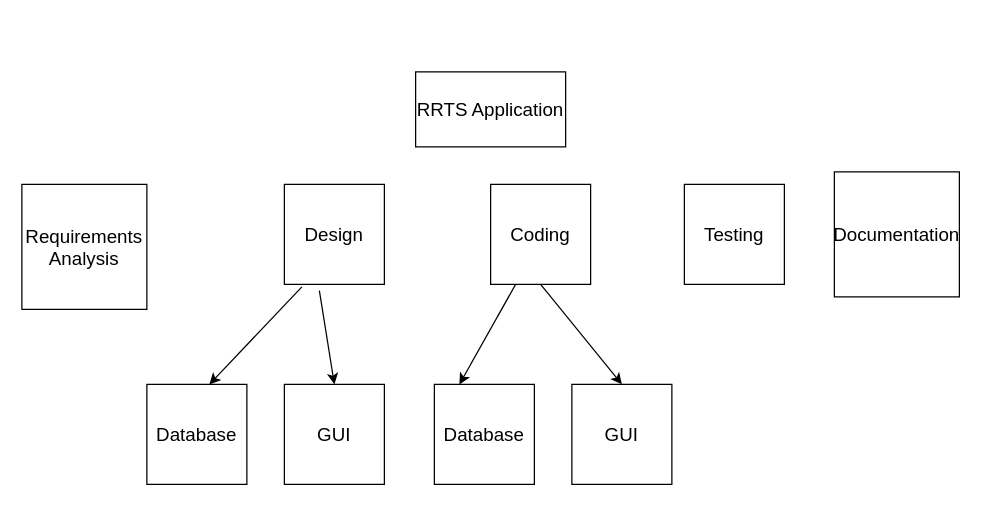
The draw.io diagram diagrams/breakdown.drawio in O-alpha/SE-LAB, before the edit. Source tidied: cells renumbered, new cells numbered last; positions are measured from the earlier drawing's top-left corner, leaving out a move shared by most shapes. Both pictures are drawn from the tidied source at 125%, with x=0, y=0 at pixel (21, 71).
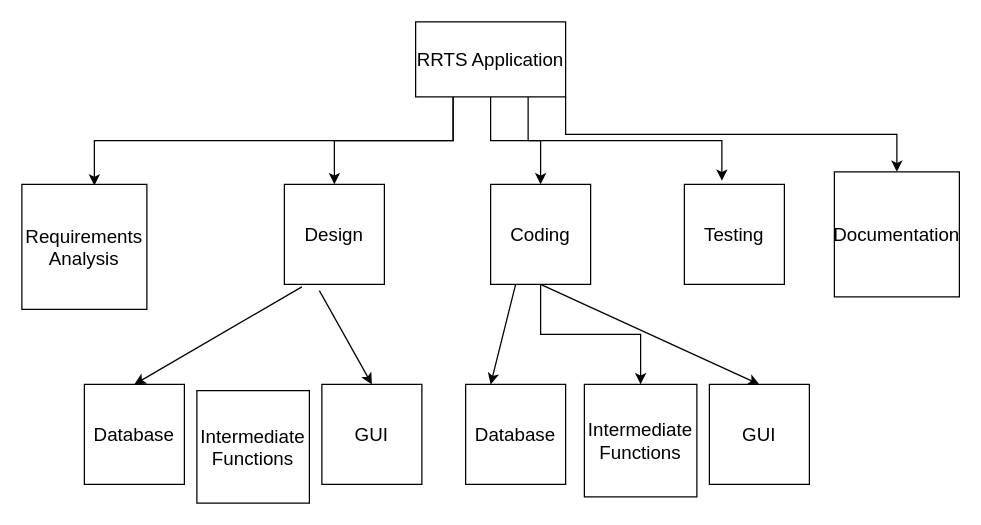
After the change.

Unchanged cells that the change refers to:
```xml
<mxCell id="3" value="&lt;div&gt;Requirements &lt;br&gt;&lt;/div&gt;&lt;div&gt;Analysis&lt;br&gt;&lt;/div&gt;" style="whiteSpace=wrap;html=1;fontSize=15;" parent="1" vertex="1">
  <mxGeometry y="90" width="100" height="100" as="geometry" />
</mxCell>
<mxCell id="4" value="Design" style="whiteSpace=wrap;html=1;fontSize=15;" parent="1" vertex="1">
  <mxGeometry x="210" y="90" width="80" height="80" as="geometry" />
</mxCell>
<mxCell id="5" value="Coding" style="whiteSpace=wrap;html=1;fontSize=15;" parent="1" vertex="1">
  <mxGeometry x="375" y="90" width="80" height="80" as="geometry" />
</mxCell>
<mxCell id="6" value="Testing" style="whiteSpace=wrap;html=1;fontSize=15;" parent="1" vertex="1">
  <mxGeometry x="530" y="90" width="80" height="80" as="geometry" />
</mxCell>
<mxCell id="7" value="Documentation" style="whiteSpace=wrap;html=1;fontSize=15;" parent="1" vertex="1">
  <mxGeometry x="650" y="80" width="100" height="100" as="geometry" />
</mxCell>
```

Change to the diagram source:
```diff
@@
+    <mxCell id="16" style="edgeStyle=orthogonalEdgeStyle;rounded=0;jettySize=auto;html=1;exitX=0.25;exitY=1;exitDx=0;exitDy=0;fontSize=15;entryX=0.58;entryY=0.01;entryDx=0;entryDy=0;entryPerimeter=0;" parent="1" edge="1" source="2" target="3">
+      <mxGeometry relative="1" as="geometry" />
+    </mxCell>
+    <mxCell id="17" style="edgeStyle=orthogonalEdgeStyle;rounded=0;jettySize=auto;html=1;exitX=0.25;exitY=1;exitDx=0;exitDy=0;entryX=0.5;entryY=0;entryDx=0;entryDy=0;fontSize=15;" parent="1" edge="1" source="2" target="4">
+      <mxGeometry relative="1" as="geometry" />
+    </mxCell>
+    <mxCell id="18" style="edgeStyle=orthogonalEdgeStyle;rounded=0;jettySize=auto;html=1;fontSize=15;" parent="1" edge="1" source="2" target="5">
+      <mxGeometry relative="1" as="geometry" />
+    </mxCell>
+    <mxCell id="19" style="edgeStyle=orthogonalEdgeStyle;rounded=0;jettySize=auto;html=1;exitX=0.75;exitY=1;exitDx=0;exitDy=0;entryX=0.375;entryY=-0.037;entryDx=0;entryDy=0;entryPerimeter=0;fontSize=15;" parent="1" edge="1" source="2" target="6">
+      <mxGeometry relative="1" as="geometry" />
+    </mxCell>
+    <mxCell id="20" style="edgeStyle=orthogonalEdgeStyle;rounded=0;jettySize=auto;html=1;exitX=1;exitY=1;exitDx=0;exitDy=0;entryX=0.5;entryY=0;entryDx=0;entryDy=0;fontSize=15;" parent="1" edge="1" source="2" target="7">
+      <mxGeometry relative="1" as="geometry" />
+    </mxCell>
     <mxCell id="2" value="&lt;font style=&quot;font-size: 15px;&quot;&gt;RRTS Application&lt;/font&gt;" style="rounded=0;whiteSpace=wrap;html=1;" parent="1" vertex="1">
-      <mxGeometry x="315" width="120" height="60" as="geometry" />
+      <mxGeometry x="315" y="-40" width="120" height="60" as="geometry" />
     </mxCell>
@@
     <mxCell id="8" value="Database" style="whiteSpace=wrap;html=1;fontSize=15;" parent="1" vertex="1">
-      <mxGeometry x="100" y="250" width="80" height="80" as="geometry" />
+      <mxGeometry x="50" y="250" width="80" height="80" as="geometry" />
     </mxCell>
     <mxCell id="9" value="Database" style="whiteSpace=wrap;html=1;fontSize=15;" parent="1" vertex="1">
-      <mxGeometry x="330" y="250" width="80" height="80" as="geometry" />
+      <mxGeometry x="355" y="250" width="80" height="80" as="geometry" />
     </mxCell>
     <mxCell id="10" value="GUI" style="whiteSpace=wrap;html=1;fontSize=15;" parent="1" vertex="1">
-      <mxGeometry x="210" y="250" width="80" height="80" as="geometry" />
+      <mxGeometry x="240" y="250" width="80" height="80" as="geometry" />
     </mxCell>
     <mxCell id="11" value="GUI" style="whiteSpace=wrap;html=1;fontSize=15;" parent="1" vertex="1">
-      <mxGeometry x="440" y="250" width="80" height="80" as="geometry" />
+      <mxGeometry x="550" y="250" width="80" height="80" as="geometry" />
     </mxCell>
-    <mxCell id="12" style="endArrow=classic;html=1;rounded=0;fontSize=15;entryX=0.175;entryY=1.025;entryDx=0;entryDy=0;entryPerimeter=0;exitX=0.175;exitY=1.025;exitDx=0;exitDy=0;exitPerimeter=0;" parent="1" edge="1" source="4">
-      <mxGeometry relative="1" as="geometry">
-        <mxPoint x="150" y="250" as="targetPoint" />
-      </mxGeometry>
+    <mxCell id="12" style="endArrow=classic;html=1;rounded=0;fontSize=15;entryX=0.5;entryY=0;entryDx=0;entryDy=0;exitX=0.175;exitY=1.025;exitDx=0;exitDy=0;exitPerimeter=0;" parent="1" edge="1" source="4" target="8">
+      <mxGeometry relative="1" as="geometry" />
     </mxCell>
-    <mxCell id="13" style="endArrow=classic;html=1;rounded=0;fontSize=15;exitX=0.35;exitY=1.063;exitDx=0;exitDy=0;exitPerimeter=0;" parent="1" edge="1" source="4">
-      <mxGeometry relative="1" as="geometry">
-        <mxPoint x="250" y="250" as="targetPoint" />
-      </mxGeometry>
+    <mxCell id="13" style="endArrow=classic;html=1;rounded=0;fontSize=15;exitX=0.35;exitY=1.063;exitDx=0;exitDy=0;exitPerimeter=0;entryX=0.5;entryY=0;entryDx=0;entryDy=0;" parent="1" edge="1" source="4" target="10">
+      <mxGeometry relative="1" as="geometry" />
     </mxCell>
@@
+    <mxCell id="21" style="edgeStyle=orthogonalEdgeStyle;rounded=0;jettySize=auto;html=1;fontSize=15;entryX=0.5;entryY=0;entryDx=0;entryDy=0;" parent="1" edge="1" source="5" target="22">
+      <mxGeometry relative="1" as="geometry" />
+    </mxCell>
+    <mxCell id="22" value="&lt;font style=&quot;font-size: 15px;&quot;&gt;Intermediate&lt;br&gt;Functions&lt;/font&gt;" style="whiteSpace=wrap;html=1;" parent="1" vertex="1">
+      <mxGeometry x="450" y="250" width="90" height="90" as="geometry" />
+    </mxCell>
+    <mxCell id="23" value="Intermediate&lt;br&gt;Functions" style="whiteSpace=wrap;html=1;fontSize=15;" parent="1" vertex="1">
+      <mxGeometry x="140" y="255" width="90" height="90" as="geometry" />
+    </mxCell>
```
